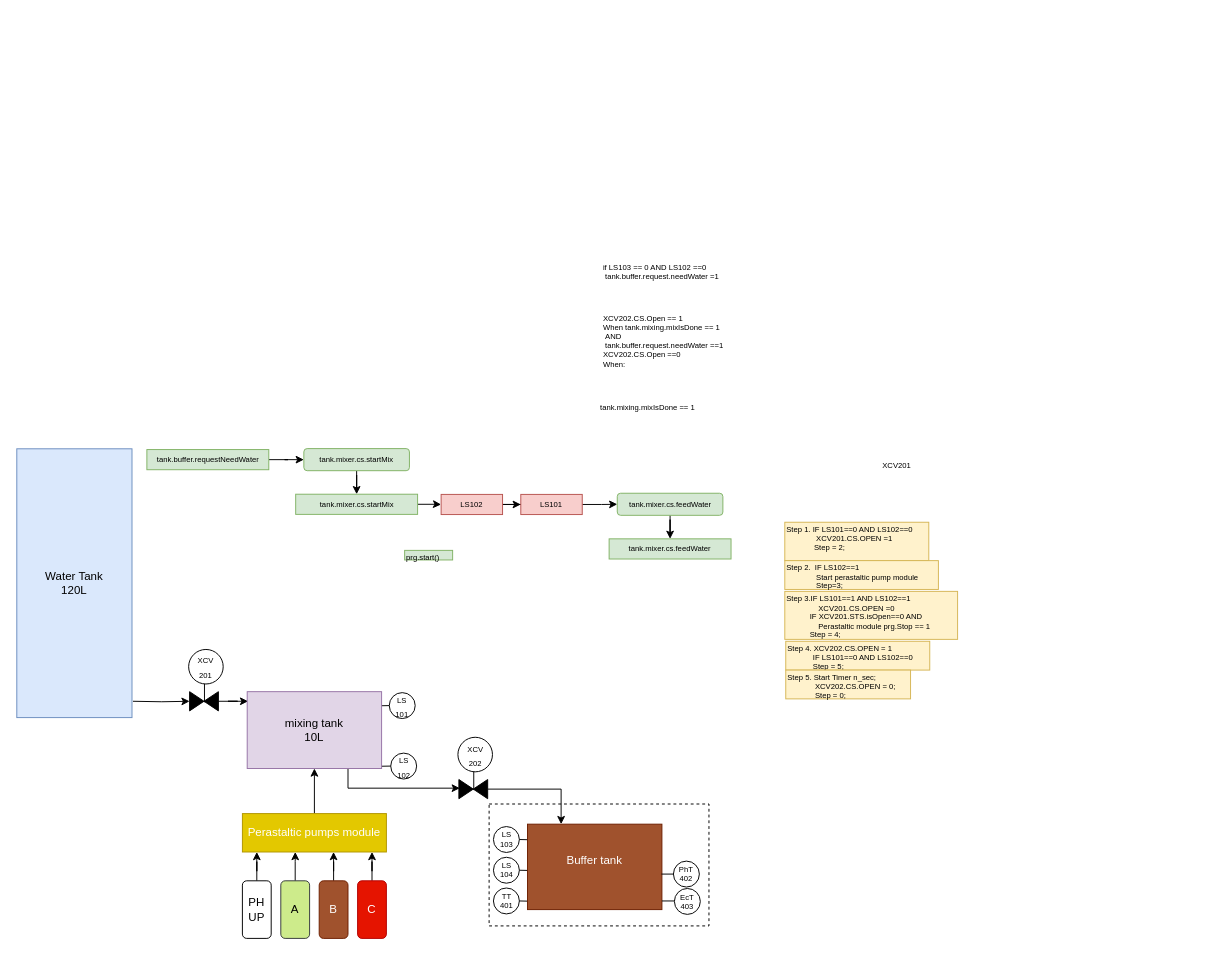
Earlier version of the draw.io diagram растворный_узел.drawio (Johnystu/draw_io). Source tidied: cells renumbered, new cells numbered last; positions are measured from the earlier drawing's top-left corner, leaving out a move shared by most shapes. Both pictures are drawn from the tidied source at 96%, with x=0, y=0 at pixel (16, 260).
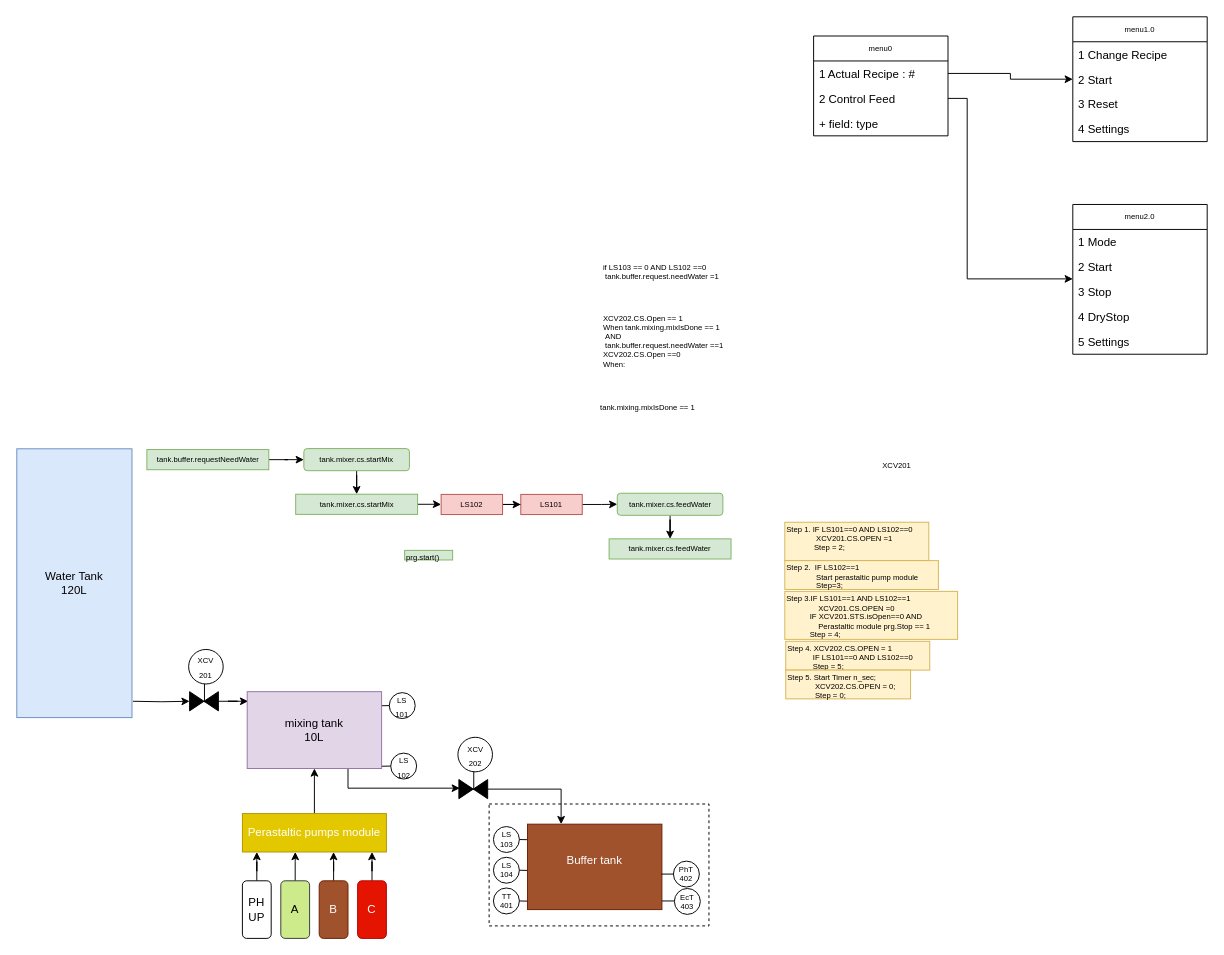
The same page after the edit.

The edit, as a diff of the source:
```diff
@@
+    <mxCell id="71" value="menu0" style="swimlane;fontStyle=0;horizontal=1;startSize=26;fillColor=none;fontSize=8;" parent="1" vertex="1">
+      <mxGeometry x="830" y="-234" width="140" height="104" as="geometry" />
+    </mxCell>
+    <mxCell id="72" value="1 Actual Recipe : #" style="text;strokeColor=none;fillColor=none;align=left;verticalAlign=top;spacingLeft=4;spacingRight=4;overflow=hidden;points=[[0,0.5],[1,0.5]];portConstraint=eastwest;" parent="71" vertex="1">
+      <mxGeometry y="26" width="140" height="26" as="geometry" />
+    </mxCell>
+    <mxCell id="73" value="2 Control Feed" style="text;strokeColor=none;fillColor=none;align=left;verticalAlign=top;spacingLeft=4;spacingRight=4;overflow=hidden;points=[[0,0.5],[1,0.5]];portConstraint=eastwest;" parent="71" vertex="1">
+      <mxGeometry y="52" width="140" height="26" as="geometry" />
+    </mxCell>
+    <mxCell id="74" value="+ field: type" style="text;strokeColor=none;fillColor=none;align=left;verticalAlign=top;spacingLeft=4;spacingRight=4;overflow=hidden;" parent="71" vertex="1">
+      <mxGeometry y="78" width="140" height="26" as="geometry" />
+    </mxCell>
+    <mxCell id="75" value="menu2.0" style="swimlane;fontStyle=0;horizontal=1;startSize=26;fillColor=none;fontSize=8;" parent="1" vertex="1">
+      <mxGeometry x="1100" y="-58.5" width="140" height="156" as="geometry" />
+    </mxCell>
+    <mxCell id="76" value="1 Mode" style="text;strokeColor=none;fillColor=none;align=left;verticalAlign=top;spacingLeft=4;spacingRight=4;overflow=hidden;" parent="75" vertex="1">
+      <mxGeometry y="26" width="140" height="26" as="geometry" />
+    </mxCell>
+    <mxCell id="77" value="2 Start" style="text;strokeColor=none;fillColor=none;align=left;verticalAlign=top;spacingLeft=4;spacingRight=4;overflow=hidden;" parent="75" vertex="1">
+      <mxGeometry y="52" width="140" height="26" as="geometry" />
+    </mxCell>
+    <mxCell id="78" value="3 Stop" style="text;strokeColor=none;fillColor=none;align=left;verticalAlign=top;spacingLeft=4;spacingRight=4;overflow=hidden;" parent="75" vertex="1">
+      <mxGeometry y="78" width="140" height="26" as="geometry" />
+    </mxCell>
+    <mxCell id="79" value="4 DryStop" style="text;strokeColor=none;fillColor=none;align=left;verticalAlign=top;spacingLeft=4;spacingRight=4;overflow=hidden;" parent="75" vertex="1">
+      <mxGeometry y="104" width="140" height="26" as="geometry" />
+    </mxCell>
+    <mxCell id="80" value="5 Settings" style="text;strokeColor=none;fillColor=none;align=left;verticalAlign=top;spacingLeft=4;spacingRight=4;overflow=hidden;" parent="75" vertex="1">
+      <mxGeometry y="130" width="140" height="26" as="geometry" />
+    </mxCell>
+    <mxCell id="81" style="edgeStyle=orthogonalEdgeStyle;rounded=0;jettySize=auto;html=1;exitX=1;exitY=0.5;exitDx=0;exitDy=0;fontSize=8;" parent="1" edge="1" source="73" target="75">
+      <mxGeometry relative="1" as="geometry">
+        <Array as="points">
+          <mxPoint x="990" y="-169" />
+          <mxPoint x="990" y="19" />
+        </Array>
+      </mxGeometry>
+    </mxCell>
+    <mxCell id="82" value="menu1.0" style="swimlane;fontStyle=0;horizontal=1;startSize=26;fillColor=none;fontSize=8;" parent="1" vertex="1">
+      <mxGeometry x="1100" y="-254" width="140" height="130" as="geometry" />
+    </mxCell>
+    <mxCell id="83" value="1 Change Recipe" style="text;strokeColor=none;fillColor=none;align=left;verticalAlign=top;spacingLeft=4;spacingRight=4;overflow=hidden;" parent="82" vertex="1">
+      <mxGeometry y="26" width="140" height="26" as="geometry" />
+    </mxCell>
+    <mxCell id="84" value="2 Start" style="text;strokeColor=none;fillColor=none;align=left;verticalAlign=top;spacingLeft=4;spacingRight=4;overflow=hidden;" parent="82" vertex="1">
+      <mxGeometry y="52" width="140" height="26" as="geometry" />
+    </mxCell>
+    <mxCell id="85" value="3 Reset" style="text;strokeColor=none;fillColor=none;align=left;verticalAlign=top;spacingLeft=4;spacingRight=4;overflow=hidden;" parent="82" vertex="1">
+      <mxGeometry y="78" width="140" height="26" as="geometry" />
+    </mxCell>
+    <mxCell id="86" value="4 Settings" style="text;strokeColor=none;fillColor=none;align=left;verticalAlign=top;spacingLeft=4;spacingRight=4;overflow=hidden;" parent="82" vertex="1">
+      <mxGeometry y="104" width="140" height="26" as="geometry" />
+    </mxCell>
+    <mxCell id="87" style="edgeStyle=orthogonalEdgeStyle;rounded=0;jettySize=auto;html=1;exitX=1;exitY=0.5;exitDx=0;exitDy=0;fontSize=8;" parent="1" edge="1" source="72" target="82">
+      <mxGeometry relative="1" as="geometry" />
+    </mxCell>
```
